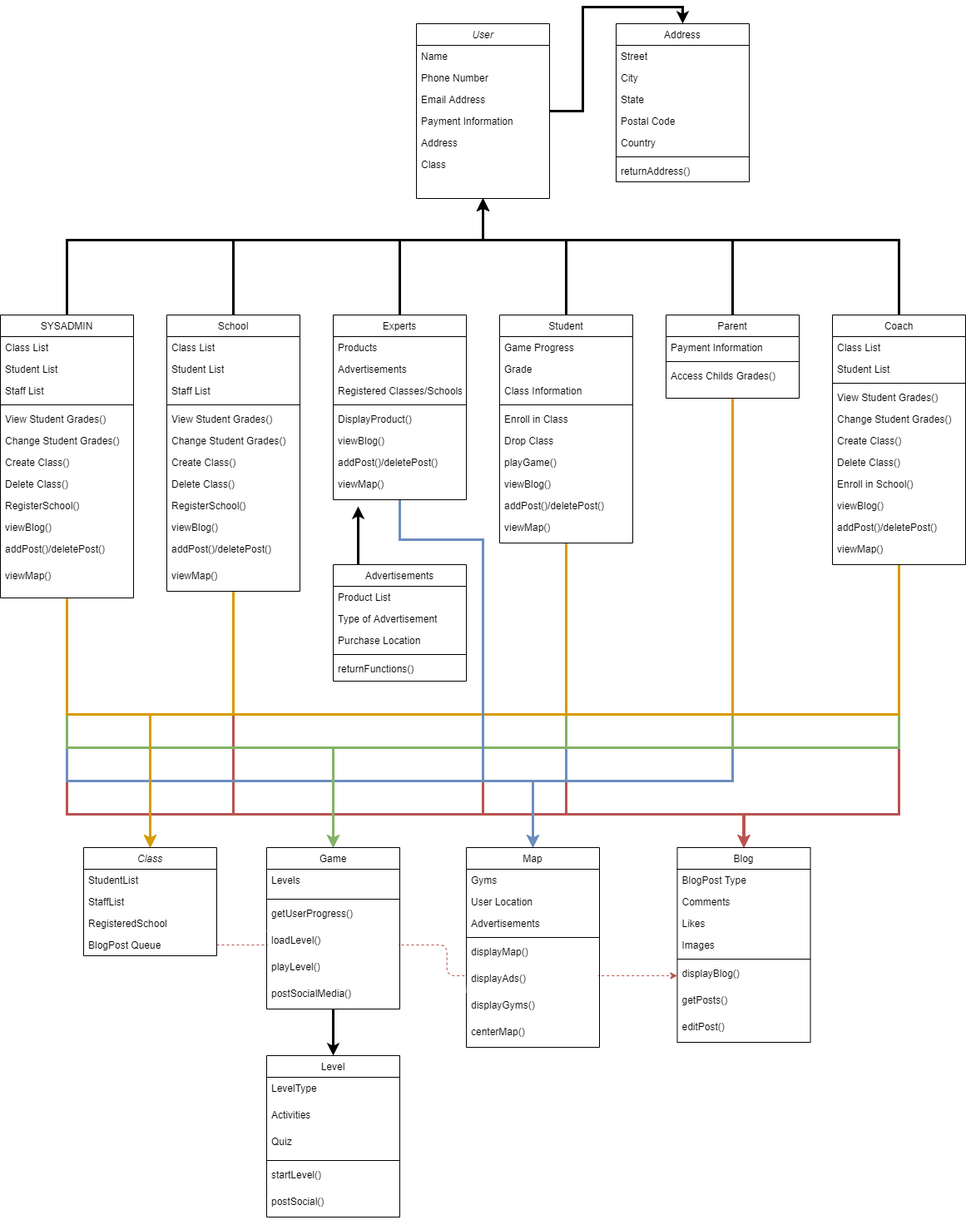
Hanandrof/Group-3-Repository keeps this draw.io diagram as Deliverables/Week_4/Class Diagram.png. Above is the earlier version. Source tidied: cells renumbered, new cells last; positions are measured from the earlier drawing's top-left corner, leaving out a move shared by most shapes.
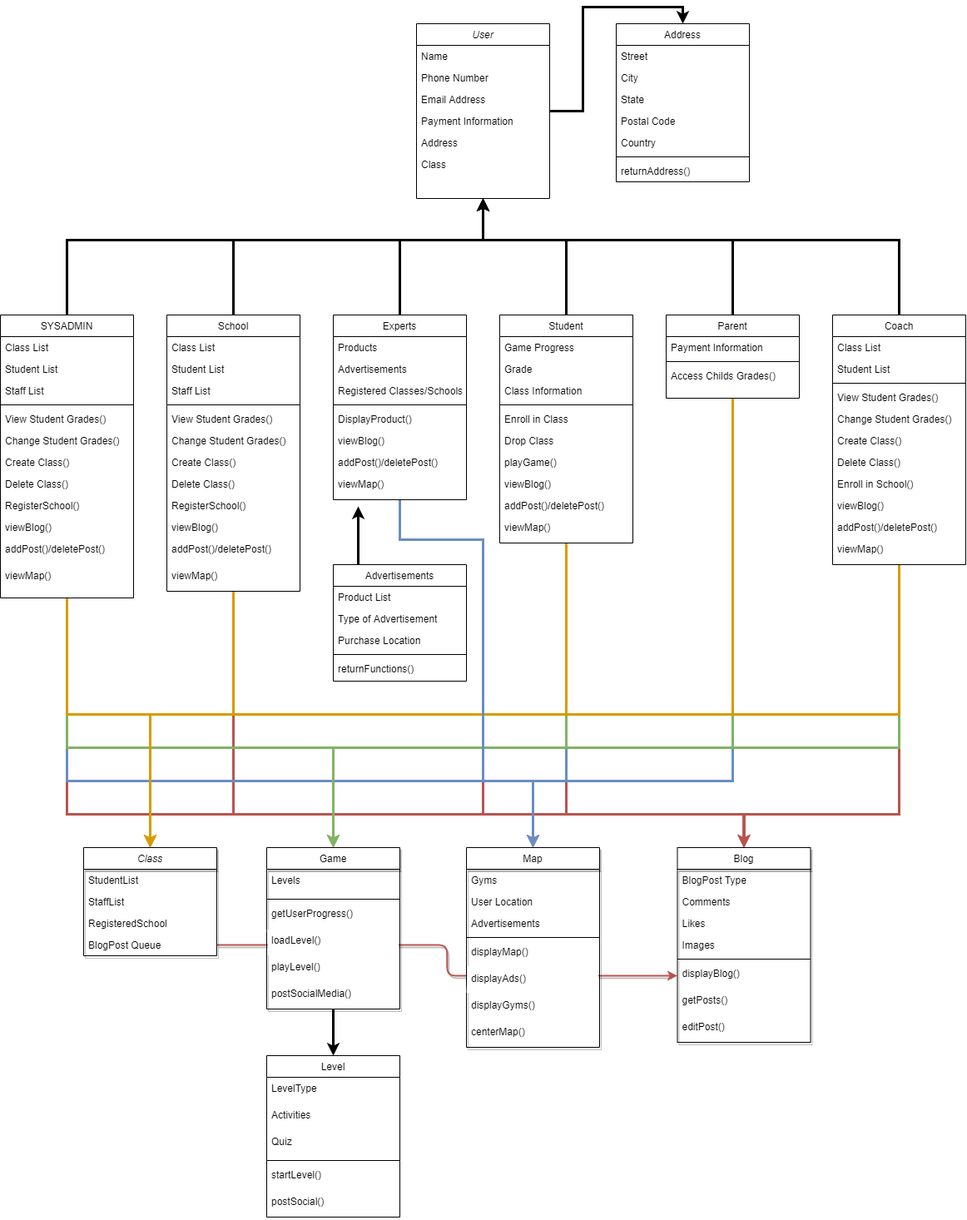
After the change.

The edit, as a diff of the source:
```diff
@@ -2,7 +2,7 @@
   <root>
     <mxCell id="0" />
     <mxCell id="1" parent="0" />
-    <mxCell id="2" style="edgeStyle=orthogonalEdgeStyle;rounded=1;jumpStyle=none;jumpSize=6;jettySize=auto;html=1;exitX=1;exitY=0.5;exitDx=0;exitDy=0;entryX=0;entryY=0.5;entryDx=0;entryDy=0;shadow=0;dashed=1;startArrow=none;startFill=0;endArrow=classic;endFill=1;fillColor=#f8cecc;strokeColor=#b85450;" parent="1" edge="1" source="149" target="118">
+    <mxCell id="2" style="jumpStyle=none;jumpSize=6;jettySize=auto;html=1;exitX=1;exitY=0.5;exitDx=0;exitDy=0;entryX=0;entryY=0.5;entryDx=0;entryDy=0;shadow=1;startArrow=none;startFill=0;endArrow=classic;endFill=1;fillColor=#f8cecc;strokeColor=#b85450;strokeWidth=2;rounded=1;edgeStyle=orthogonalEdgeStyle;sketch=0;" parent="1" edge="1" source="149" target="118">
       <mxGeometry relative="1" as="geometry" />
     </mxCell>
     <mxCell id="3" style="edgeStyle=orthogonalEdgeStyle;rounded=0;jettySize=auto;html=1;entryX=0.5;entryY=0;entryDx=0;entryDy=0;strokeWidth=3;" parent="1" edge="1" source="4" target="26">
@@ -461,7 +461,7 @@
     <mxCell id="111" value="viewMap()" style="text;align=left;verticalAlign=top;spacingLeft=4;spacingRight=4;overflow=hidden;rounded=0;shadow=0;html=0;" parent="99" vertex="1">
       <mxGeometry y="300" width="160" height="32" as="geometry" />
     </mxCell>
-    <mxCell id="112" value="Blog" style="swimlane;fontStyle=0;align=center;verticalAlign=top;horizontal=1;startSize=26;rounded=0;shadow=0;strokeWidth=1;" parent="1" vertex="1">
+    <mxCell id="112" value="Blog" style="swimlane;fontStyle=0;align=center;verticalAlign=top;horizontal=1;startSize=26;rounded=0;shadow=1;strokeWidth=1;" parent="1" vertex="1">
       <mxGeometry x="813.5" y="990" width="160" height="234" as="geometry" />
     </mxCell>
     <mxCell id="113" value="BlogPost Type" style="text;align=left;verticalAlign=top;spacingLeft=4;spacingRight=4;overflow=hidden;" parent="112" vertex="1">
@@ -488,7 +488,7 @@
     <mxCell id="120" value="editPost()" style="text;align=left;verticalAlign=top;spacingLeft=4;spacingRight=4;overflow=hidden;rounded=0;shadow=0;html=0;" parent="112" vertex="1">
       <mxGeometry y="202" width="160" height="32" as="geometry" />
     </mxCell>
-    <mxCell id="121" value="Map" style="swimlane;fontStyle=0;align=center;verticalAlign=top;horizontal=1;startSize=26;rounded=0;shadow=0;strokeWidth=1;" parent="1" vertex="1">
+    <mxCell id="121" value="Map" style="swimlane;fontStyle=0;align=center;verticalAlign=top;horizontal=1;startSize=26;rounded=0;shadow=1;strokeWidth=1;" parent="1" vertex="1">
       <mxGeometry x="560" y="990" width="160" height="240" as="geometry" />
     </mxCell>
     <mxCell id="122" value="Gyms" style="text;align=left;verticalAlign=top;spacingLeft=4;spacingRight=4;overflow=hidden;" parent="121" vertex="1">
@@ -518,7 +518,7 @@
     <mxCell id="130" style="edgeStyle=orthogonalEdgeStyle;rounded=0;jettySize=auto;html=1;entryX=0.5;entryY=0;entryDx=0;entryDy=0;strokeWidth=3;" parent="1" edge="1" source="131" target="138">
       <mxGeometry relative="1" as="geometry" />
     </mxCell>
-    <mxCell id="131" value="Game" style="swimlane;fontStyle=0;align=center;verticalAlign=top;horizontal=1;startSize=26;rounded=0;shadow=0;strokeWidth=1;" parent="1" vertex="1">
+    <mxCell id="131" value="Game" style="swimlane;fontStyle=0;align=center;verticalAlign=top;horizontal=1;startSize=26;rounded=0;shadow=1;strokeWidth=1;" parent="1" vertex="1">
       <mxGeometry x="320" y="990" width="160" height="194" as="geometry" />
     </mxCell>
     <mxCell id="132" value="Levels" style="text;align=left;verticalAlign=top;spacingLeft=4;spacingRight=4;overflow=hidden;rounded=0;shadow=0;html=0;" parent="131" vertex="1">
@@ -560,7 +560,7 @@
     <mxCell id="144" value="postSocial()" style="text;align=left;verticalAlign=top;spacingLeft=4;spacingRight=4;overflow=hidden;rounded=0;shadow=0;html=0;" parent="138" vertex="1">
       <mxGeometry y="162" width="160" height="32" as="geometry" />
     </mxCell>
-    <mxCell id="145" value="Class" style="swimlane;fontStyle=2;align=center;verticalAlign=top;horizontal=1;startSize=26;rounded=0;shadow=0;strokeWidth=1;" parent="1" vertex="1">
+    <mxCell id="145" value="Class" style="swimlane;fontStyle=2;align=center;verticalAlign=top;horizontal=1;startSize=26;rounded=0;shadow=1;strokeWidth=1;glass=0;sketch=0;" parent="1" vertex="1">
       <mxGeometry x="100" y="990" width="160" height="130" as="geometry" />
     </mxCell>
     <mxCell id="146" value="StudentList" style="text;align=left;verticalAlign=top;spacingLeft=4;spacingRight=4;overflow=hidden;" parent="145" vertex="1">
```
